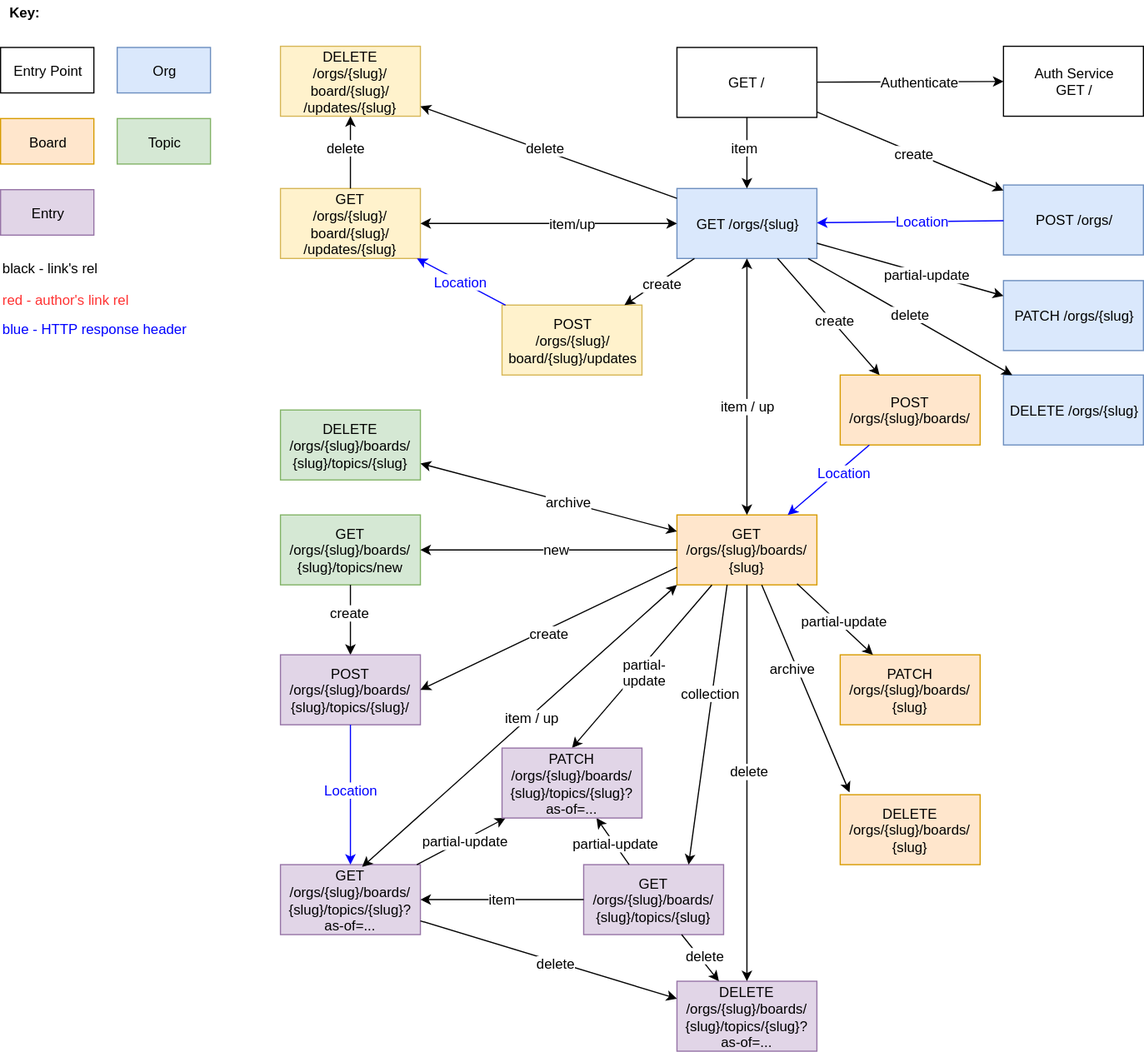
open-company/open-company-storage keeps this draw.io diagram as docs/OC-Storage-REST-API.svg. Above is the earlier version. Source tidied: cells renumbered, new cells last; positions are measured from the earlier drawing's top-left corner, leaving out a move shared by most shapes.
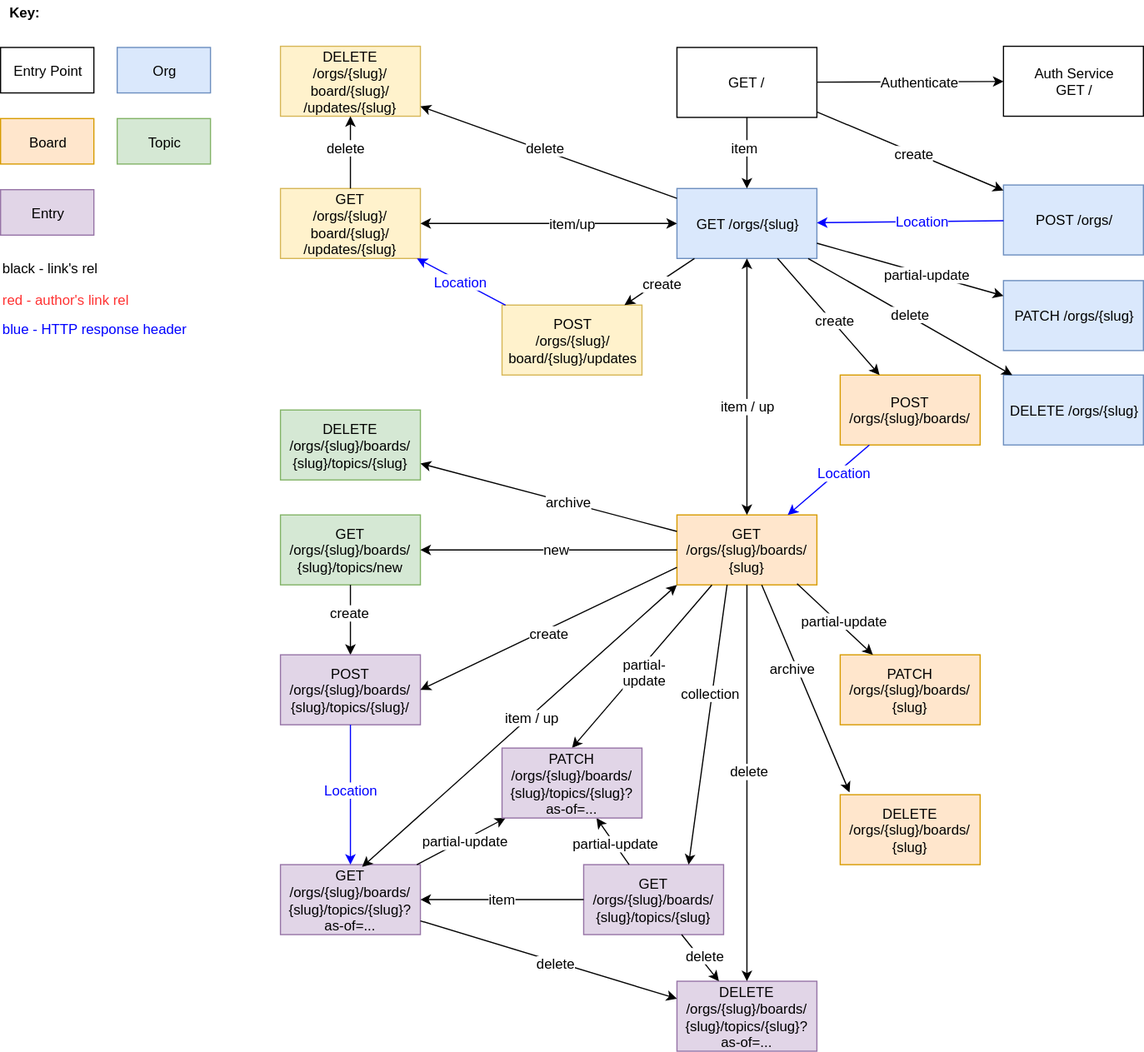
After the commit.

The edit, as a diff of the source:
```diff
@@ -121,7 +121,7 @@
     <mxCell id="40" value="DELETE /orgs/{slug}/boards/&lt;div&gt;{slug}/topics/{slug}&lt;/div&gt;" style="whiteSpace=wrap;html=1;fontSize=12;fontColor=#000000;fillColor=#d5e8d4;strokeColor=#82b366;" parent="1" vertex="1">
       <mxGeometry x="240" y="351" width="120" height="60" as="geometry" />
     </mxCell>
-    <mxCell id="41" style="endArrow=classic;html=1;strokeColor=#000000;fontSize=12;fontColor=#FF3333;startArrow=classic;startFill=1;" parent="1" edge="1" source="29" target="40">
+    <mxCell id="41" style="endArrow=classic;html=1;strokeColor=#000000;fontSize=12;fontColor=#FF3333;startArrow=none;startFill=0;endFill=1;" parent="1" edge="1" source="29" target="40">
       <mxGeometry relative="1" as="geometry" />
     </mxCell>
     <mxCell id="42" value="&lt;font color=&quot;#000000&quot;&gt;archive&lt;/font&gt;" style="text;html=1;align=center;verticalAlign=middle;labelBackgroundColor=#ffffff;fontSize=12;fontColor=#FF3333;" parent="41" vertex="1">
```
